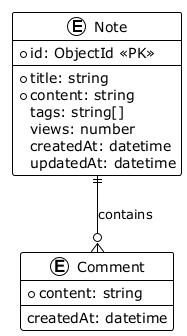
This is Deliverables/Docs/png/Data Model.png from AIU-SoftWave/nosql-notes-app, a PlantUML export, as it was before one commit. Its diagram source:
```plantuml
@startuml Data Model

!theme plain

entity "Note" {
  *id: ObjectId <<PK>>
  --
  *title: string
  *content: string
  tags: string[]
  views: number
  createdAt: datetime
  updatedAt: datetime
}

entity "Comment" {
  *content: string
  --
  createdAt: datetime
}

Note ||--o{ Comment : contains

@enduml
```
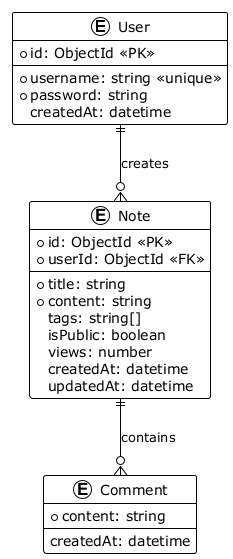
The same diagram one commit later.

The edit, as a diff of the source:
```diff
@@ -2,12 +2,22 @@
 
 !theme plain
 
+entity "User" {
+  *id: ObjectId <<PK>>
+  --
+  *username: string <<unique>>
+  *password: string
+  createdAt: datetime
+}
+
 entity "Note" {
   *id: ObjectId <<PK>>
+  *userId: ObjectId <<FK>>
   --
   *title: string
   *content: string
   tags: string[]
+  isPublic: boolean
   views: number
   createdAt: datetime
   updatedAt: datetime
@@ -19,6 +29,7 @@
   createdAt: datetime
 }
 
+User ||--o{ Note : creates
 Note ||--o{ Comment : contains
 
 @enduml
```
